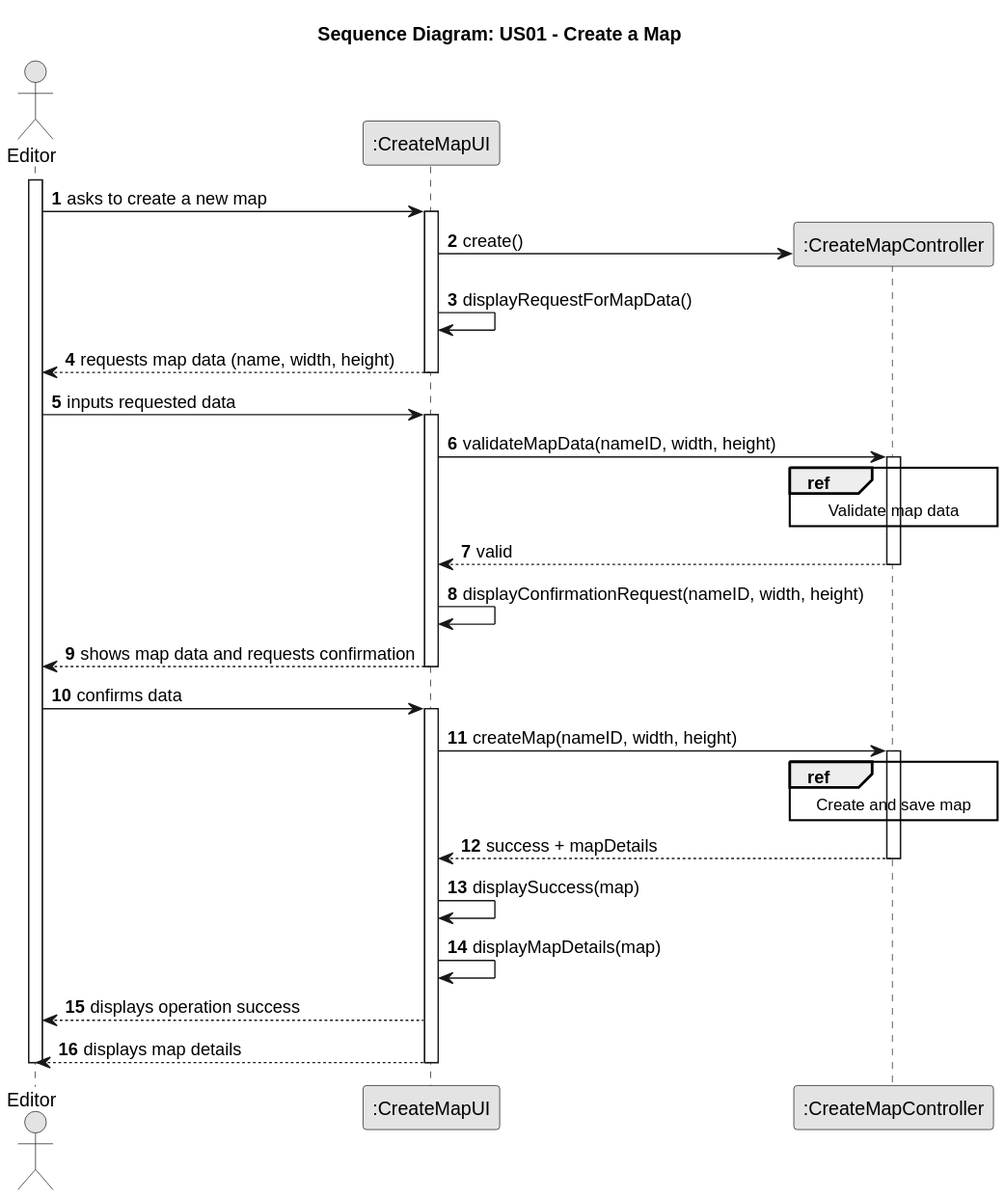
Above: docs/system-documentation/Sprint 2/US01/03.design/svg/US01-SD-split-Sequence_Diagram.svg in HenriqueSilva18/Railway-Network-Simulator (PlantUML), before the change.
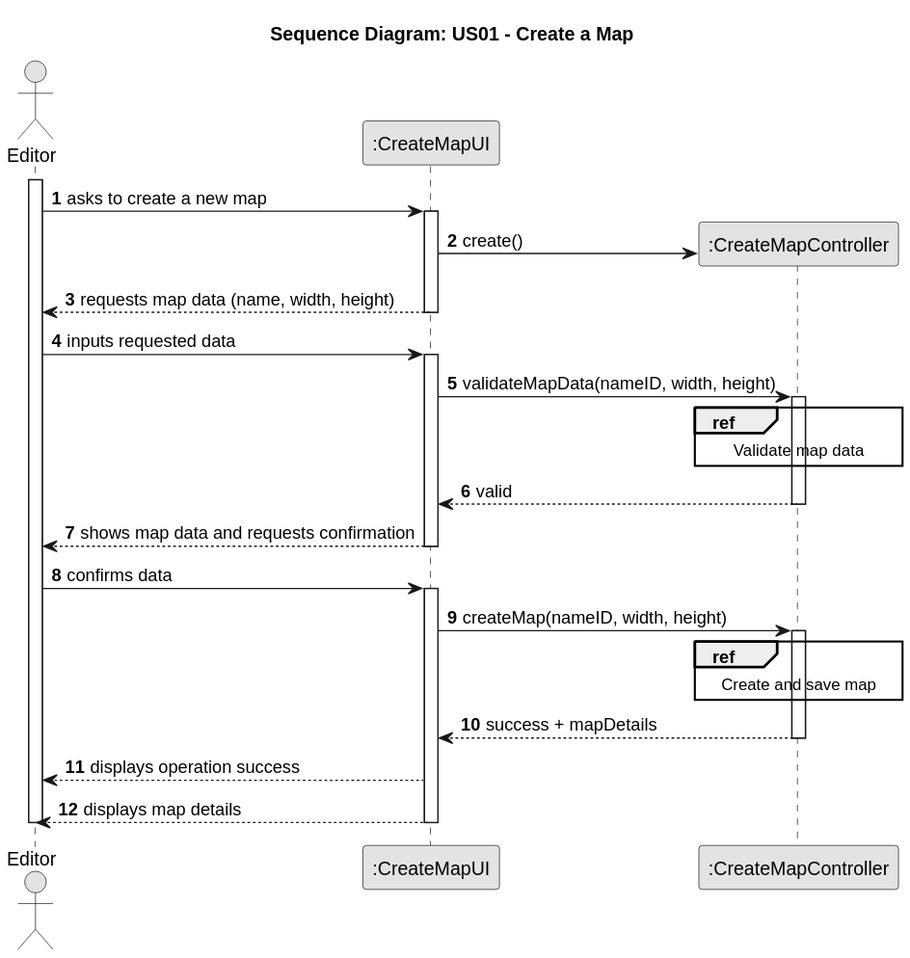
After the change.

Diff of the diagram source:
```diff
@@ -16,7 +16,6 @@
     editor -> UI : asks to create a new map
         activate UI
             UI -> CTRL**: create()
-            UI -> UI: displayRequestForMapData()
             UI --> editor: requests map data (name, width, height)
         deactivate UI
 
@@ -32,7 +31,6 @@
                 CTRL --> UI: valid
             deactivate CTRL
 
-            UI -> UI: displayConfirmationRequest(nameID, width, height)
             UI --> editor: shows map data and requests confirmation
         deactivate UI
 
@@ -48,8 +46,6 @@
                 CTRL --> UI: success + mapDetails
             deactivate CTRL
 
-            UI -> UI: displaySuccess(map)
-            UI -> UI: displayMapDetails(map)
             UI --> editor: displays operation success
             UI --> editor: displays map details
         deactivate UI
```
